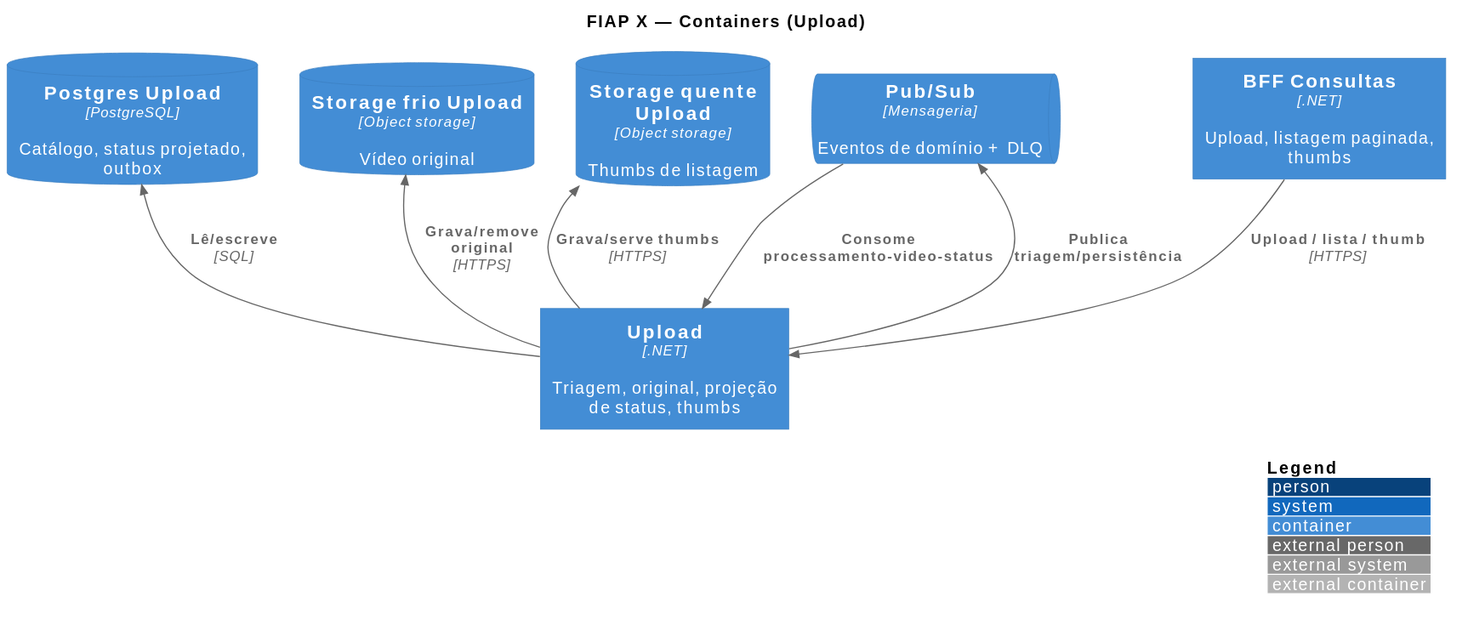
fiap-x-vcosta/docs keeps this PlantUML diagram as arquitetura/03_containers-upload.svg. Above is the earlier version.
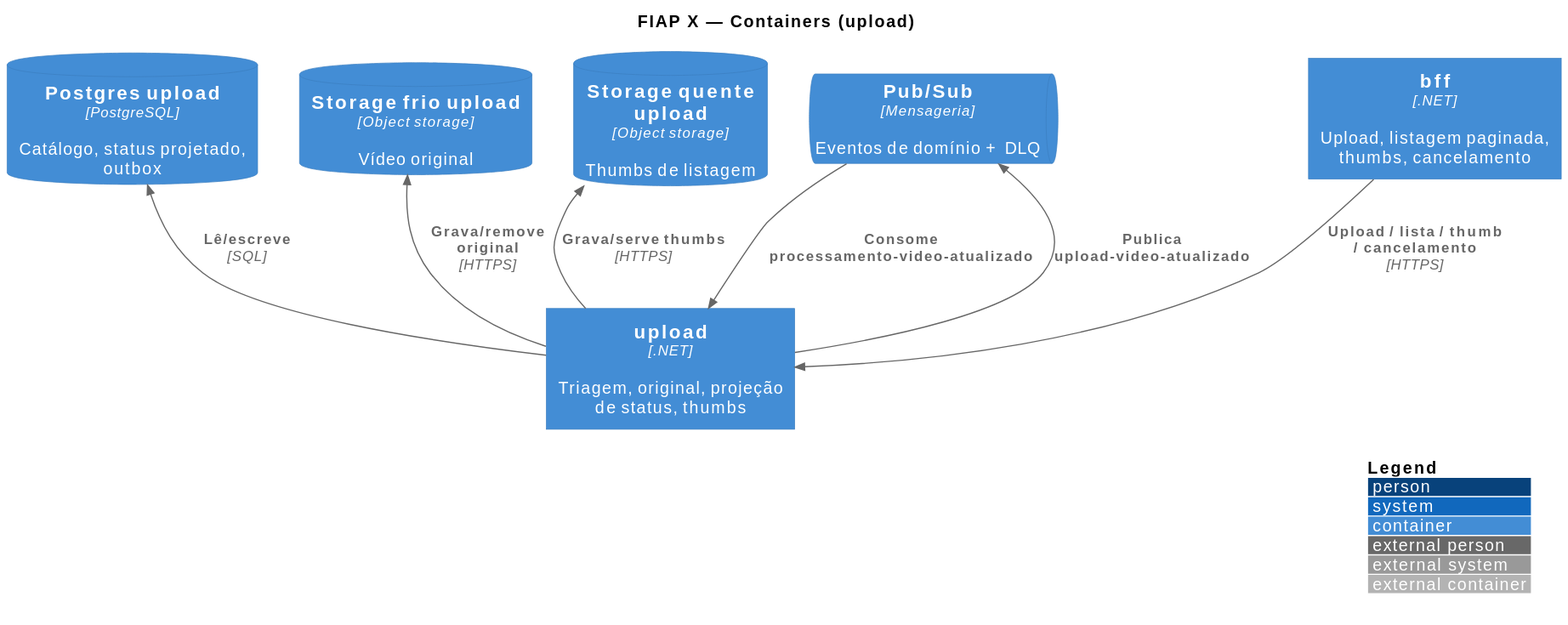
Above is the later version.

The edit, as a diff of the source:
```diff
@@ -4,21 +4,21 @@
 LAYOUT_WITH_LEGEND()
 LAYOUT_TOP_DOWN()
 
-title FIAP X — Containers (Upload)
+title FIAP X — Containers (upload)
 
-Container(bff, "BFF Consultas", ".NET", "Upload, listagem paginada, thumbs")
-Container(upload, "Upload", ".NET", "Triagem, original, projeção de status, thumbs")
-ContainerDb(pgUpload, "Postgres Upload", "PostgreSQL", "Catálogo, status projetado, outbox")
-ContainerDb(frioUp, "Storage frio Upload", "Object storage", "Vídeo original")
-ContainerDb(quente, "Storage quente Upload", "Object storage", "Thumbs de listagem")
+Container(bff, "bff", ".NET", "Upload, listagem paginada, thumbs, cancelamento")
+Container(upload, "upload", ".NET", "Triagem, original, projeção de status, thumbs")
+ContainerDb(pgUpload, "Postgres upload", "PostgreSQL", "Catálogo, status projetado, outbox")
+ContainerDb(frioUp, "Storage frio upload", "Object storage", "Vídeo original")
+ContainerDb(quente, "Storage quente upload", "Object storage", "Thumbs de listagem")
 ContainerQueue(pubsub, "Pub/Sub", "Mensageria", "Eventos de domínio + DLQ")
 
-Rel(bff, upload, "Upload / lista / thumb", "HTTPS")
+Rel(bff, upload, "Upload / lista / thumb / cancelamento", "HTTPS")
 Rel(upload, pgUpload, "Lê/escreve", "SQL")
 Rel(upload, frioUp, "Grava/remove original", "HTTPS")
 Rel(upload, quente, "Grava/serve thumbs", "HTTPS")
-Rel(upload, pubsub, "Publica triagem/persistência")
-Rel(pubsub, upload, "Consome processamento-video-status")
+Rel(upload, pubsub, "Publica upload-video-atualizado")
+Rel(pubsub, upload, "Consome processamento-video-atualizado")
 
 Lay_D(bff, upload)
 Lay_D(upload, pgUpload)
```
